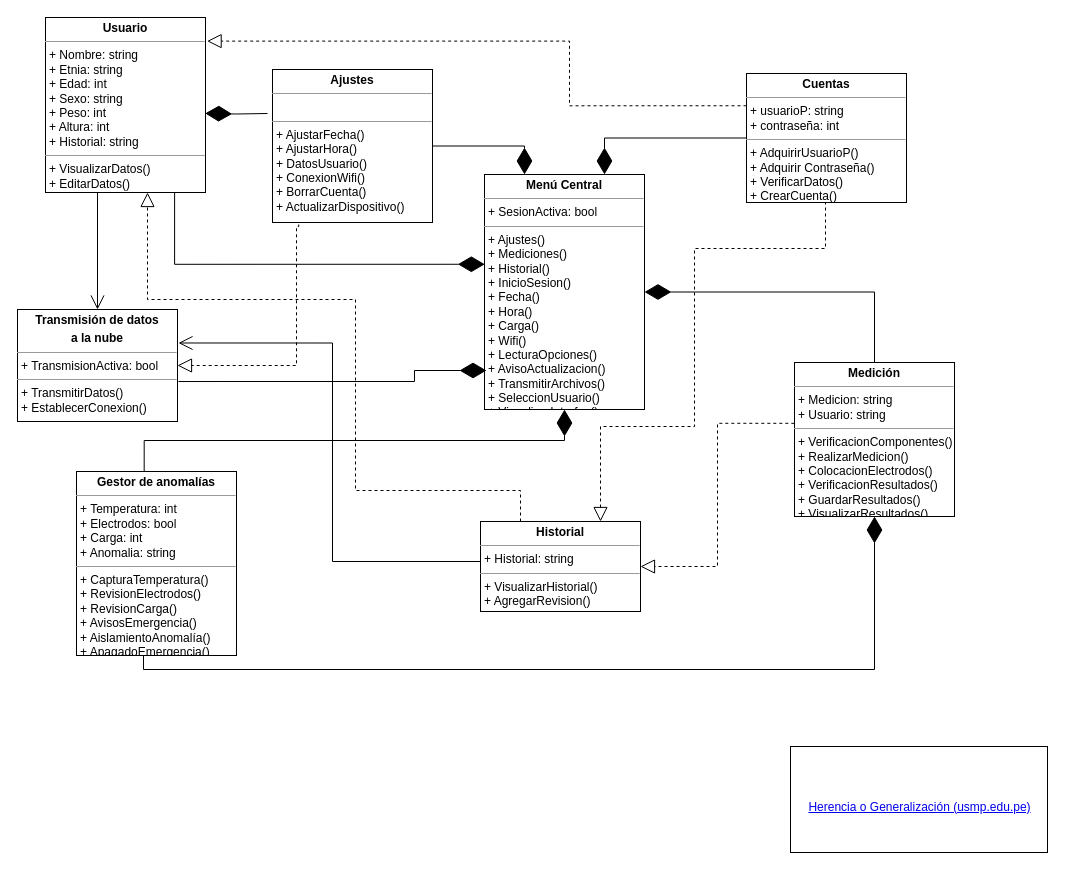
The draw.io diagram segunda_fase/Arquitecturas de software/DiagramaClases.drawio in Angeloib98/BIATRONIC, before the edit. Source tidied: cells renumbered, new cells numbered last; positions are measured from the earlier drawing's top-left corner, leaving out a move shared by most shapes. Both pictures are drawn from the tidied source at 100%, with x=0, y=0 at pixel (17, 17).
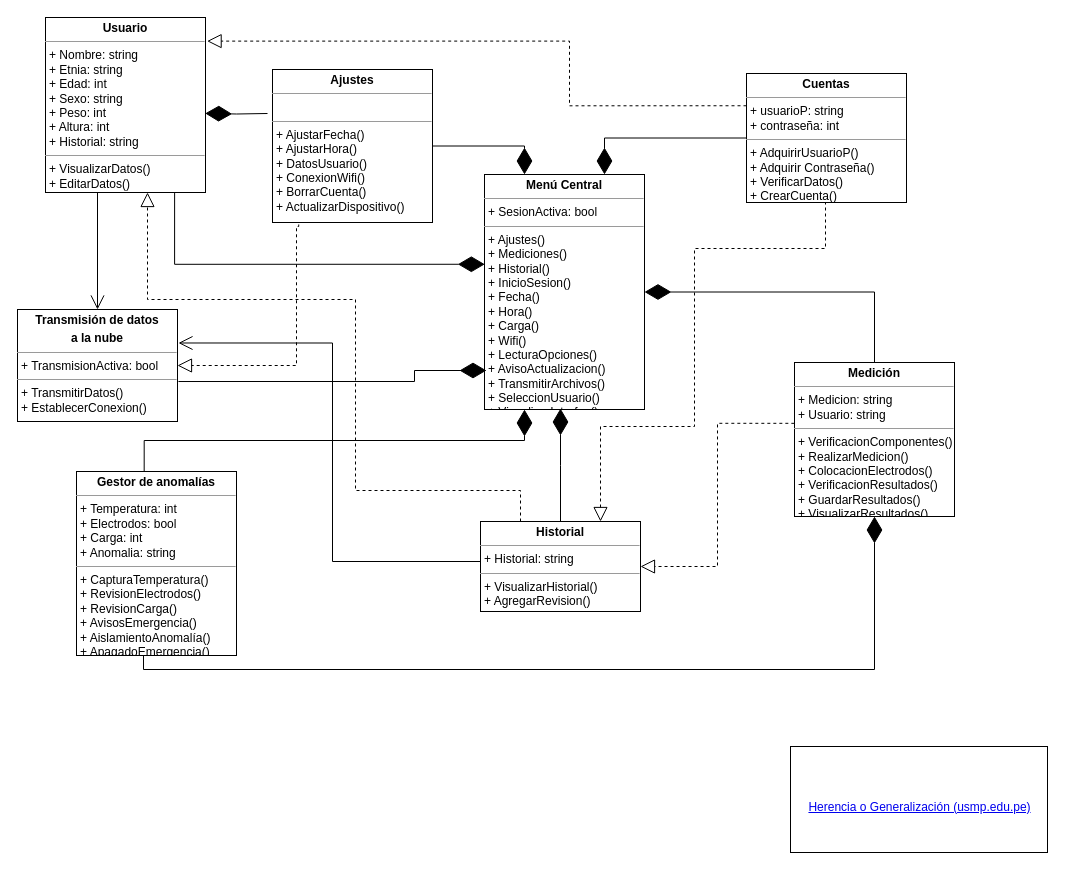
Above is the later version.

Unchanged cells that the change refers to:
```xml
<mxCell id="2" value="&lt;p style=&quot;margin: 0px ; margin-top: 4px ; text-align: center&quot;&gt;&lt;b&gt;Menú Central&lt;/b&gt;&lt;/p&gt;&lt;hr size=&quot;1&quot;&gt;&lt;p style=&quot;margin: 0px ; margin-left: 4px&quot;&gt;+ SesionActiva: bool&lt;/p&gt;&lt;hr size=&quot;1&quot;&gt;&lt;p style=&quot;margin: 0px ; margin-left: 4px&quot;&gt;+ Ajustes()&lt;/p&gt;&lt;p style=&quot;margin: 0px ; margin-left: 4px&quot;&gt;+ Mediciones()&lt;/p&gt;&lt;p style=&quot;margin: 0px ; margin-left: 4px&quot;&gt;+ Historial()&lt;/p&gt;&lt;p style=&quot;margin: 0px ; margin-left: 4px&quot;&gt;+ InicioSesion()&lt;/p&gt;&lt;p style=&quot;margin: 0px ; margin-left: 4px&quot;&gt;+ Fecha()&lt;/p&gt;&lt;p style=&quot;margin: 0px ; margin-left: 4px&quot;&gt;+ Hora()&lt;/p&gt;&lt;p style=&quot;margin: 0px ; margin-left: 4px&quot;&gt;+ Carga()&lt;/p&gt;&lt;p style=&quot;margin: 0px ; margin-left: 4px&quot;&gt;+ Wifi()&lt;/p&gt;&lt;p style=&quot;margin: 0px ; margin-left: 4px&quot;&gt;+ LecturaOpciones()&lt;/p&gt;&lt;p style=&quot;margin: 0px ; margin-left: 4px&quot;&gt;+ AvisoActualizacion()&lt;/p&gt;&lt;p style=&quot;margin: 0px ; margin-left: 4px&quot;&gt;+ TransmitirArchivos()&lt;/p&gt;&lt;p style=&quot;margin: 0px ; margin-left: 4px&quot;&gt;+ SeleccionUsuario()&lt;/p&gt;&lt;p style=&quot;margin: 0px ; margin-left: 4px&quot;&gt;+ VisualizarInterfaz()&lt;/p&gt;" style="verticalAlign=top;align=left;overflow=fill;fontSize=12;fontFamily=Helvetica;html=1;" parent="1" vertex="1">
  <mxGeometry x="467" y="157" width="160" height="235" as="geometry" />
</mxCell>
<mxCell id="7" value="&lt;p style=&quot;margin: 0px ; margin-top: 4px ; text-align: center&quot;&gt;&lt;b&gt;Historial&lt;/b&gt;&lt;/p&gt;&lt;hr size=&quot;1&quot;&gt;&lt;p style=&quot;margin: 0px ; margin-left: 4px&quot;&gt;+ Historial: string&lt;/p&gt;&lt;hr size=&quot;1&quot;&gt;&lt;p style=&quot;margin: 0px ; margin-left: 4px&quot;&gt;+ VisualizarHistorial()&lt;/p&gt;&lt;p style=&quot;margin: 0px ; margin-left: 4px&quot;&gt;+ AgregarRevision()&lt;/p&gt;" style="verticalAlign=top;align=left;overflow=fill;fontSize=12;fontFamily=Helvetica;html=1;" parent="1" vertex="1">
  <mxGeometry x="463" y="504" width="160" height="90" as="geometry" />
</mxCell>
<mxCell id="9" value="&lt;p style=&quot;margin: 0px ; margin-top: 4px ; text-align: center&quot;&gt;&lt;b&gt;Gestor de anomalías&lt;/b&gt;&lt;/p&gt;&lt;hr size=&quot;1&quot;&gt;&lt;p style=&quot;margin: 0px ; margin-left: 4px&quot;&gt;+ Temperatura: int&lt;/p&gt;&lt;p style=&quot;margin: 0px ; margin-left: 4px&quot;&gt;+ Electrodos: bool&lt;/p&gt;&lt;p style=&quot;margin: 0px ; margin-left: 4px&quot;&gt;+ Carga: int&lt;/p&gt;&lt;p style=&quot;margin: 0px ; margin-left: 4px&quot;&gt;+ Anomalia: string&lt;/p&gt;&lt;hr size=&quot;1&quot;&gt;&lt;p style=&quot;margin: 0px ; margin-left: 4px&quot;&gt;+ CapturaTemperatura()&lt;/p&gt;&lt;p style=&quot;margin: 0px ; margin-left: 4px&quot;&gt;+ RevisionElectrodos()&lt;/p&gt;&lt;p style=&quot;margin: 0px ; margin-left: 4px&quot;&gt;+ RevisionCarga()&lt;/p&gt;&lt;p style=&quot;margin: 0px ; margin-left: 4px&quot;&gt;&lt;span&gt;+ AvisosEmergencia()&lt;/span&gt;&lt;/p&gt;&lt;p style=&quot;margin: 0px ; margin-left: 4px&quot;&gt;&lt;span&gt;+ AislamientoAnomalía()&lt;/span&gt;&lt;/p&gt;&lt;p style=&quot;margin: 0px ; margin-left: 4px&quot;&gt;&lt;span&gt;+ ApagadoEmergencia()&lt;/span&gt;&lt;/p&gt;" style="verticalAlign=top;align=left;overflow=fill;fontSize=12;fontFamily=Helvetica;html=1;" parent="1" vertex="1">
  <mxGeometry x="59" y="454" width="160" height="184" as="geometry" />
</mxCell>
```

Change to the diagram source:
```diff
@@
-    <mxCell id="19" style="endArrow=diamondThin;endFill=1;endSize=24;html=1;rounded=0;edgeStyle=orthogonalEdgeStyle;exitX=0.423;exitY=0.001;exitDx=0;exitDy=0;exitPerimeter=0;" parent="1" edge="1" source="9" target="2">
+    <mxCell id="19" style="endArrow=diamondThin;endFill=1;endSize=24;html=1;rounded=0;edgeStyle=orthogonalEdgeStyle;exitX=0.423;exitY=0.001;exitDx=0;exitDy=0;exitPerimeter=0;entryX=0.25;entryY=1;entryDx=0;entryDy=0;" parent="1" edge="1" source="9" target="2">
       <mxGeometry relative="1" as="geometry" />
     </mxCell>
@@
+    <mxCell id="26" style="endArrow=diamondThin;endFill=1;endSize=24;html=1;rounded=0;edgeStyle=orthogonalEdgeStyle;exitX=0.5;exitY=0;exitDx=0;exitDy=0;" parent="1" edge="1" source="7">
+      <mxGeometry relative="1" as="geometry">
+        <mxPoint x="543" y="391" as="targetPoint" />
+      </mxGeometry>
+    </mxCell>
```
